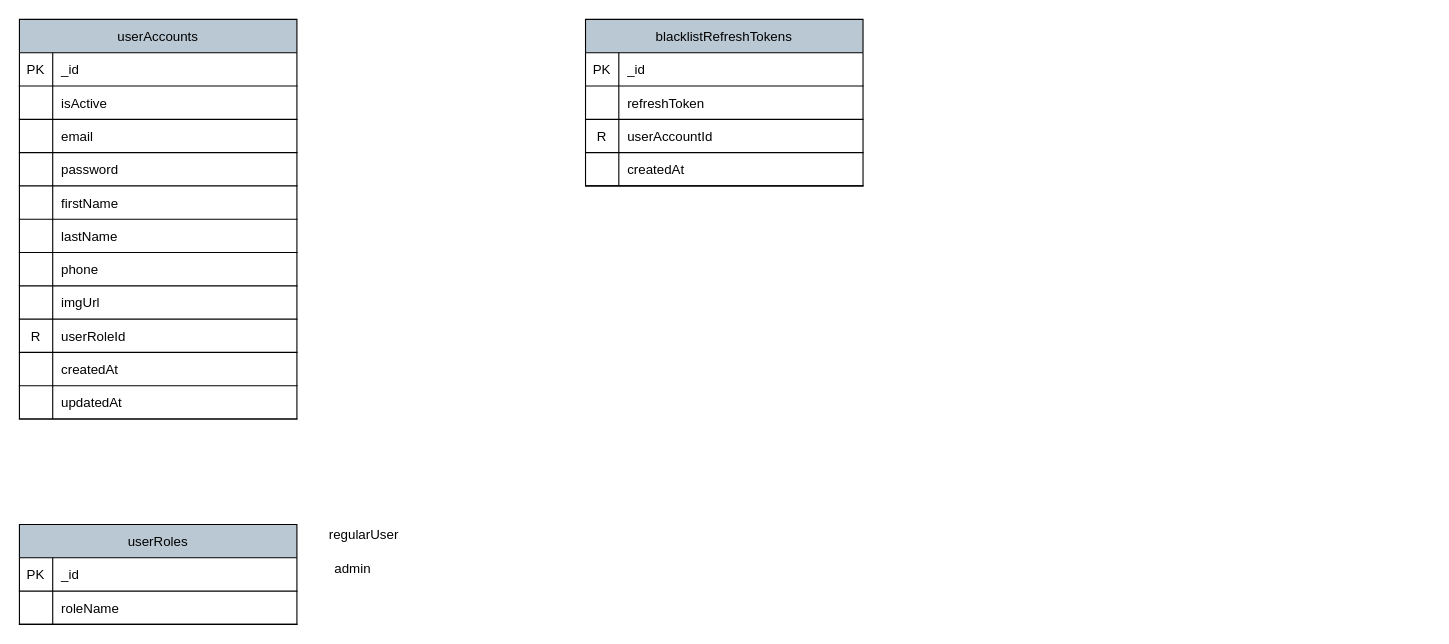
The draw.io diagram backend/db-design.drawio in meliwex/user-management, before the edit. Source tidied: cells renumbered, new cells numbered last; positions are measured from the earlier drawing's top-left corner, leaving out a move shared by most shapes. Both pictures are drawn from the tidied source at 111%, with x=0, y=0 at pixel (19, 19).
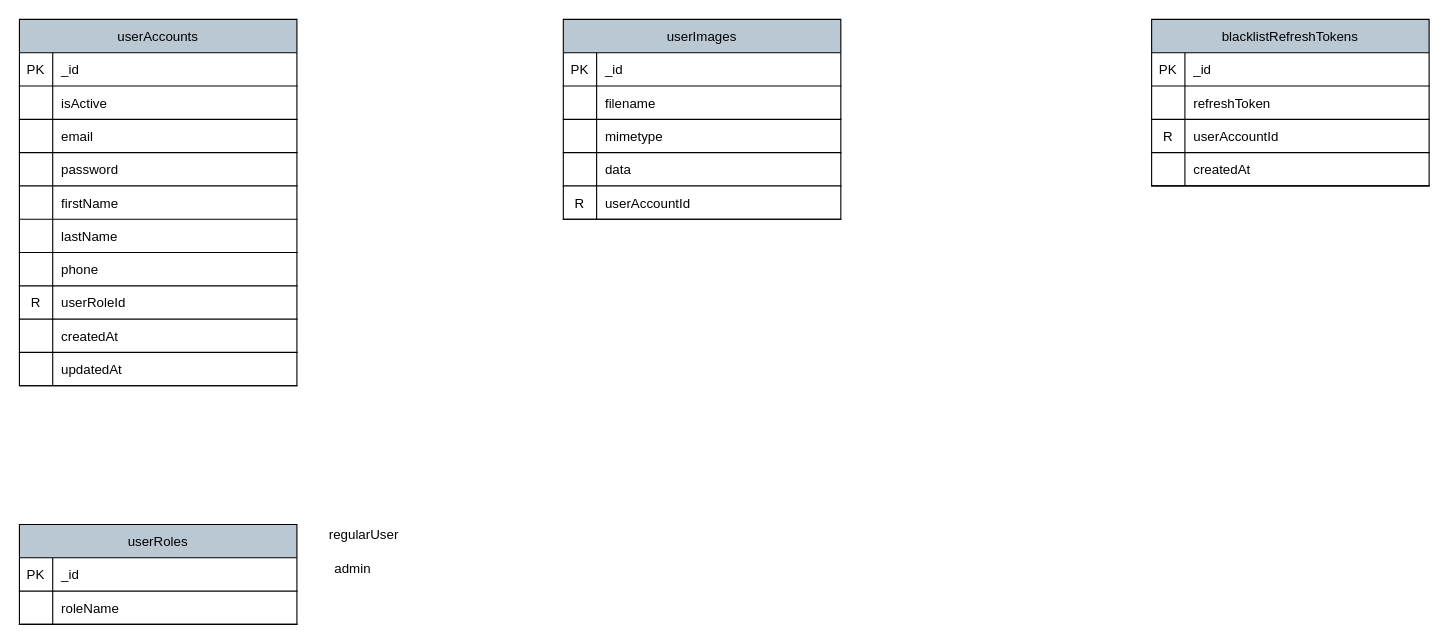
The same diagram, later.

Diff of the diagram source:
```diff
@@
     <mxCell id="2" value="userAccounts" style="shape=table;startSize=30;childLayout=tableLayout;rowLines=0;fontStyle=0;align=center;fontSize=12;fillColor=#bac8d3;strokeColor=default;swimlaneFillColor=none;" parent="1" vertex="1">
-      <mxGeometry width="250" height="360" as="geometry" />
+      <mxGeometry width="250" height="330" as="geometry" />
     </mxCell>
@@
-    <mxCell id="24" style="shape=partialRectangle;fillColor=none;top=0;left=0;right=0;bottom=1;" parent="2" vertex="1">
-      <mxGeometry y="240" width="250" height="30" as="geometry" />
-    </mxCell>
-    <mxCell id="25" style="shape=partialRectangle;overflow=hidden;fillColor=none;top=0;left=0;bottom=0;right=0;fontStyle=0;" parent="24" vertex="1">
-      <mxGeometry width="30" height="30" as="geometry" />
-    </mxCell>
-    <mxCell id="26" value="imgUrl" style="shape=partialRectangle;overflow=hidden;fillColor=none;top=0;left=0;bottom=0;right=0;align=left;spacingLeft=6;fontStyle=0;" parent="24" vertex="1">
-      <mxGeometry x="30" width="220" height="30" as="geometry" />
-    </mxCell>
     <mxCell id="27" style="shape=partialRectangle;fillColor=none;top=0;left=0;right=0;bottom=1;" parent="2" vertex="1">
-      <mxGeometry y="270" width="250" height="30" as="geometry" />
+      <mxGeometry y="240" width="250" height="30" as="geometry" />
     </mxCell>
@@
     <mxCell id="30" style="shape=partialRectangle;fillColor=none;top=0;left=0;right=0;bottom=1;" parent="2" vertex="1">
-      <mxGeometry y="300" width="250" height="30" as="geometry" />
+      <mxGeometry y="270" width="250" height="30" as="geometry" />
     </mxCell>
@@
     <mxCell id="33" style="shape=partialRectangle;fillColor=none;top=0;left=0;right=0;bottom=1;" parent="2" vertex="1">
-      <mxGeometry y="330" width="250" height="30" as="geometry" />
+      <mxGeometry y="300" width="250" height="30" as="geometry" />
     </mxCell>
@@
     <mxCell id="45" value="blacklistRefreshTokens" style="shape=table;startSize=30;childLayout=tableLayout;rowLines=0;fontStyle=0;align=center;labelBorderColor=none;fillColor=#bac8d3;strokeColor=default;" parent="1" vertex="1">
-      <mxGeometry x="510" width="250" height="150" as="geometry" />
+      <mxGeometry x="1020" width="250" height="150" as="geometry" />
     </mxCell>
@@
+    <mxCell id="58" value="userImages" style="shape=table;startSize=30;childLayout=tableLayout;rowLines=0;fontStyle=0;align=center;fontSize=12;fillColor=#bac8d3;strokeColor=default;swimlaneFillColor=none;" parent="1" vertex="1">
+      <mxGeometry x="490" width="250" height="180" as="geometry" />
+    </mxCell>
+    <mxCell id="59" style="shape=partialRectangle;fillColor=none;top=0;left=0;right=0;bottom=1;" parent="58" vertex="1">
+      <mxGeometry y="30" width="250" height="30" as="geometry" />
+    </mxCell>
+    <mxCell id="60" value="PK" style="shape=partialRectangle;overflow=hidden;fillColor=none;top=0;left=0;bottom=0;right=0;fontStyle=0;" parent="59" vertex="1">
+      <mxGeometry width="30" height="30" as="geometry" />
+    </mxCell>
+    <mxCell id="61" value="_id" style="shape=partialRectangle;overflow=hidden;fillColor=none;top=0;left=0;bottom=0;right=0;align=left;spacingLeft=6;fontStyle=0;" parent="59" vertex="1">
+      <mxGeometry x="30" width="220" height="30" as="geometry" />
+    </mxCell>
+    <mxCell id="62" style="shape=partialRectangle;fillColor=none;top=0;left=0;right=0;bottom=1;" parent="58" vertex="1">
+      <mxGeometry y="60" width="250" height="30" as="geometry" />
+    </mxCell>
+    <mxCell id="63" style="shape=partialRectangle;overflow=hidden;fillColor=none;top=0;left=0;bottom=0;right=0;fontStyle=0;" parent="62" vertex="1">
+      <mxGeometry width="30" height="30" as="geometry" />
+    </mxCell>
+    <mxCell id="64" value="filename" style="shape=partialRectangle;overflow=hidden;fillColor=none;top=0;left=0;bottom=0;right=0;align=left;spacingLeft=6;fontStyle=0;" parent="62" vertex="1">
+      <mxGeometry x="30" width="220" height="30" as="geometry" />
+    </mxCell>
+    <mxCell id="65" style="shape=partialRectangle;fillColor=none;top=0;left=0;right=0;bottom=1;" parent="58" vertex="1">
+      <mxGeometry y="90" width="250" height="30" as="geometry" />
+    </mxCell>
+    <mxCell id="66" style="shape=partialRectangle;overflow=hidden;fillColor=none;top=0;left=0;bottom=0;right=0;fontStyle=0;" parent="65" vertex="1">
+      <mxGeometry width="30" height="30" as="geometry" />
+    </mxCell>
+    <mxCell id="67" value="mimetype" style="shape=partialRectangle;overflow=hidden;fillColor=none;top=0;left=0;bottom=0;right=0;align=left;spacingLeft=6;fontStyle=0;" parent="65" vertex="1">
+      <mxGeometry x="30" width="220" height="30" as="geometry" />
+    </mxCell>
+    <mxCell id="68" style="shape=partialRectangle;fillColor=none;top=0;left=0;right=0;bottom=1;" parent="58" vertex="1">
+      <mxGeometry y="120" width="250" height="30" as="geometry" />
+    </mxCell>
+    <mxCell id="69" style="shape=partialRectangle;overflow=hidden;fillColor=none;top=0;left=0;bottom=0;right=0;fontStyle=0;" parent="68" vertex="1">
+      <mxGeometry width="30" height="30" as="geometry" />
+    </mxCell>
+    <mxCell id="70" value="data" style="shape=partialRectangle;overflow=hidden;fillColor=none;top=0;left=0;bottom=0;right=0;align=left;spacingLeft=6;fontStyle=0;" parent="68" vertex="1">
+      <mxGeometry x="30" width="220" height="30" as="geometry" />
+    </mxCell>
+    <mxCell id="71" style="shape=partialRectangle;fillColor=none;top=0;left=0;right=0;bottom=1;" parent="58" vertex="1">
+      <mxGeometry y="150" width="250" height="30" as="geometry" />
+    </mxCell>
+    <mxCell id="72" value="R" style="shape=partialRectangle;overflow=hidden;fillColor=none;top=0;left=0;bottom=0;right=0;fontStyle=0;" parent="71" vertex="1">
+      <mxGeometry width="30" height="30" as="geometry" />
+    </mxCell>
+    <mxCell id="73" value="userAccountId" style="shape=partialRectangle;overflow=hidden;fillColor=none;top=0;left=0;bottom=0;right=0;align=left;spacingLeft=6;fontStyle=0;" parent="71" vertex="1">
+      <mxGeometry x="30" width="220" height="30" as="geometry" />
+    </mxCell>
```
